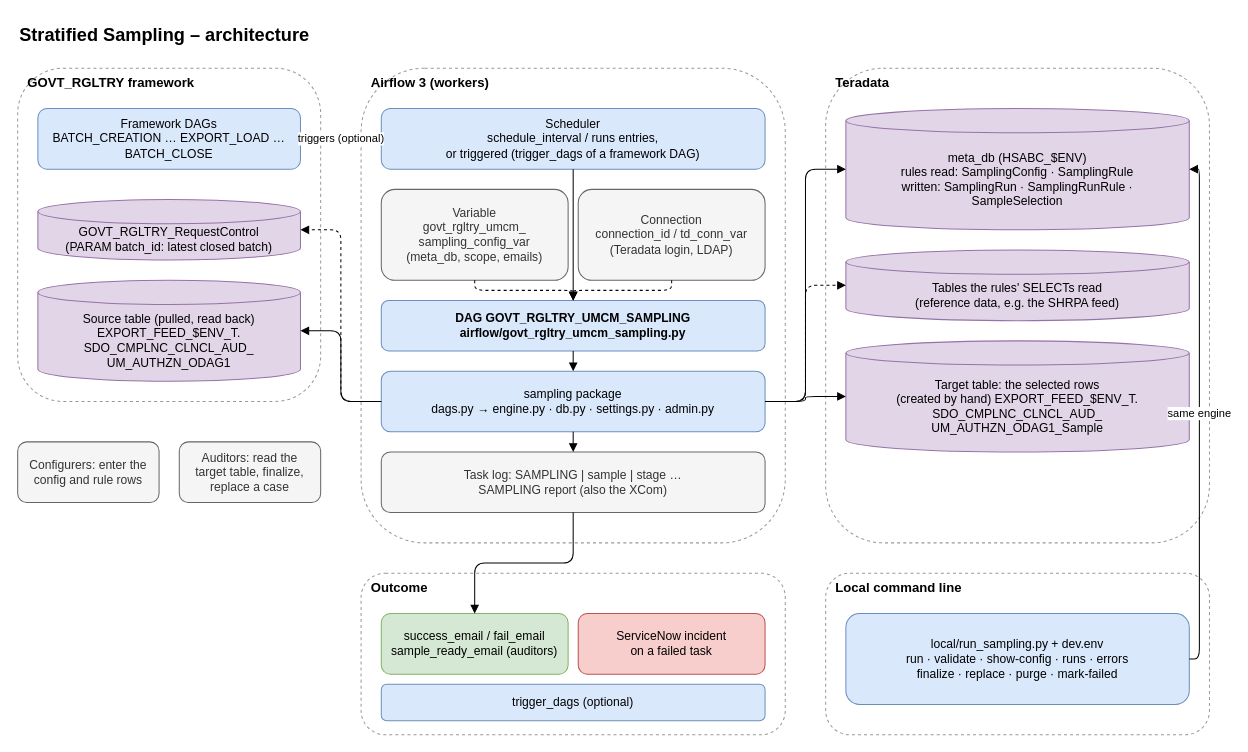
Above: airflow_resources/docs/diagrams/pages/01_architecture.drawio in trinathgundavaram/sampling (draw.io), before the change. Source tidied: cells renumbered, new cells numbered last; positions are measured from the earlier drawing's top-left corner, leaving out a move shared by most shapes. Both pictures are drawn from the tidied source at 101%, with x=0, y=0 at pixel (17, 17).
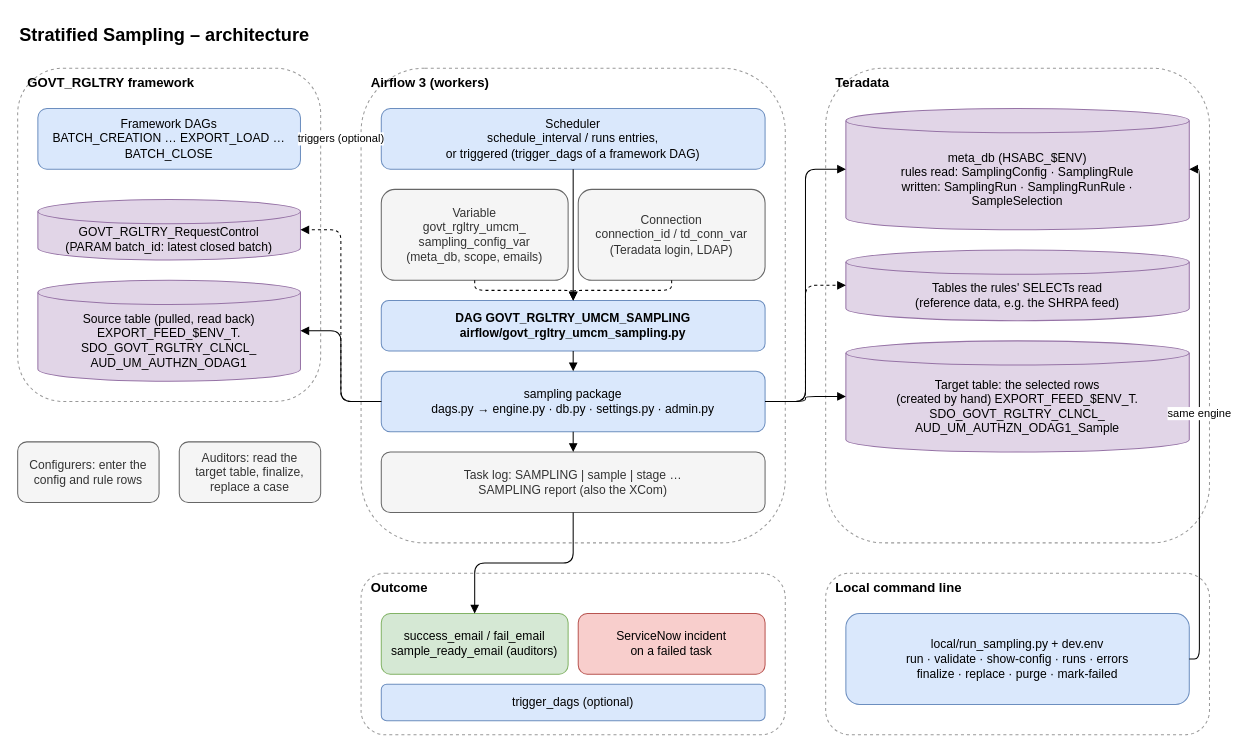
The same diagram, later.

Diff of the diagram source:
```diff
@@
-    <mxCell id="6" value="Source table (pulled, read back)&lt;br&gt;EXPORT_FEED_$ENV_T.&lt;br&gt;SDO_CMPLNC_CLNCL_AUD_&lt;br&gt;UM_AUTHZN_ODAG1" style="shape=cylinder3;whiteSpace=wrap;html=1;boundedLbl=1;backgroundOutline=1;size=12;fillColor=#e1d5e7;strokeColor=#9673a6;" parent="1" vertex="1">
+    <mxCell id="6" value="Source table (pulled, read back)&lt;br&gt;EXPORT_FEED_$ENV_T.&lt;br&gt;SDO_GOVT_RGLTRY_CLNCL_&lt;br&gt;AUD_UM_AUTHZN_ODAG1" style="shape=cylinder3;whiteSpace=wrap;html=1;boundedLbl=1;backgroundOutline=1;size=12;fillColor=#e1d5e7;strokeColor=#9673a6;" parent="1" vertex="1">
       <mxGeometry x="20" y="260" width="260" height="100" as="geometry" />
     </mxCell>
@@
-    <mxCell id="17" value="Target table: the selected rows&lt;br&gt;(created by hand) EXPORT_FEED_$ENV_T.&lt;br&gt;SDO_CMPLNC_CLNCL_AUD_&lt;br&gt;UM_AUTHZN_ODAG1_Sample" style="shape=cylinder3;whiteSpace=wrap;html=1;boundedLbl=1;backgroundOutline=1;size=12;fillColor=#e1d5e7;strokeColor=#9673a6;" parent="1" vertex="1">
+    <mxCell id="17" value="Target table: the selected rows&lt;br&gt;(created by hand) EXPORT_FEED_$ENV_T.&lt;br&gt;SDO_GOVT_RGLTRY_CLNCL_&lt;br&gt;AUD_UM_AUTHZN_ODAG1_Sample" style="shape=cylinder3;whiteSpace=wrap;html=1;boundedLbl=1;backgroundOutline=1;size=12;fillColor=#e1d5e7;strokeColor=#9673a6;" parent="1" vertex="1">
       <mxGeometry x="820" y="320" width="340" height="110" as="geometry" />
     </mxCell>
```
